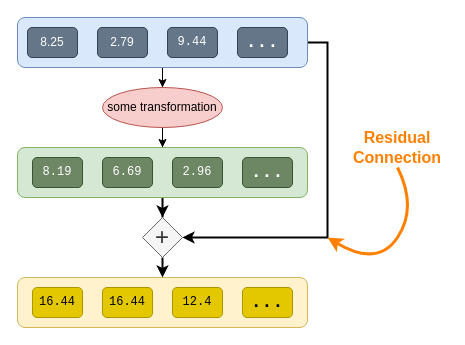
Earlier version of the draw.io diagram book/images/transformer/residual-connection.drawio (yshavit/llm-notes). Source tidied: cells renumbered, new cells numbered last; positions are measured from the earlier drawing's top-left corner, leaving out a move shared by most shapes. Both pictures are drawn from the tidied source at 100%, with x=0, y=0 at pixel (17, 17).
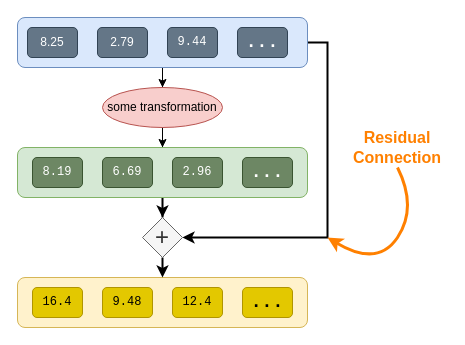
The same page after the edit.

What changed in the source:
```diff
@@
-    <mxCell id="18" value="&lt;pre class=&quot;data&quot;&gt;16.44&lt;/pre&gt;" style="rounded=1;whiteSpace=wrap;html=1;fillColor=#e3c800;fontColor=#000000;strokeColor=#B09500;" parent="1" vertex="1">
+    <mxCell id="18" value="&lt;pre class=&quot;data&quot;&gt;16.4&lt;/pre&gt;" style="rounded=1;whiteSpace=wrap;html=1;fillColor=#e3c800;fontColor=#000000;strokeColor=#B09500;" parent="1" vertex="1">
       <mxGeometry x="15" y="270" width="50" height="30" as="geometry" />
     </mxCell>
-    <mxCell id="19" value="&lt;pre class=&quot;data&quot;&gt;16.44&lt;/pre&gt;" style="rounded=1;whiteSpace=wrap;html=1;fillColor=#e3c800;fontColor=#000000;strokeColor=#B09500;" parent="1" vertex="1">
+    <mxCell id="19" value="&lt;pre class=&quot;data&quot;&gt;9.48&lt;/pre&gt;" style="rounded=1;whiteSpace=wrap;html=1;fillColor=#e3c800;fontColor=#000000;strokeColor=#B09500;" parent="1" vertex="1">
       <mxGeometry x="85" y="270" width="50" height="30" as="geometry" />
     </mxCell>
```
